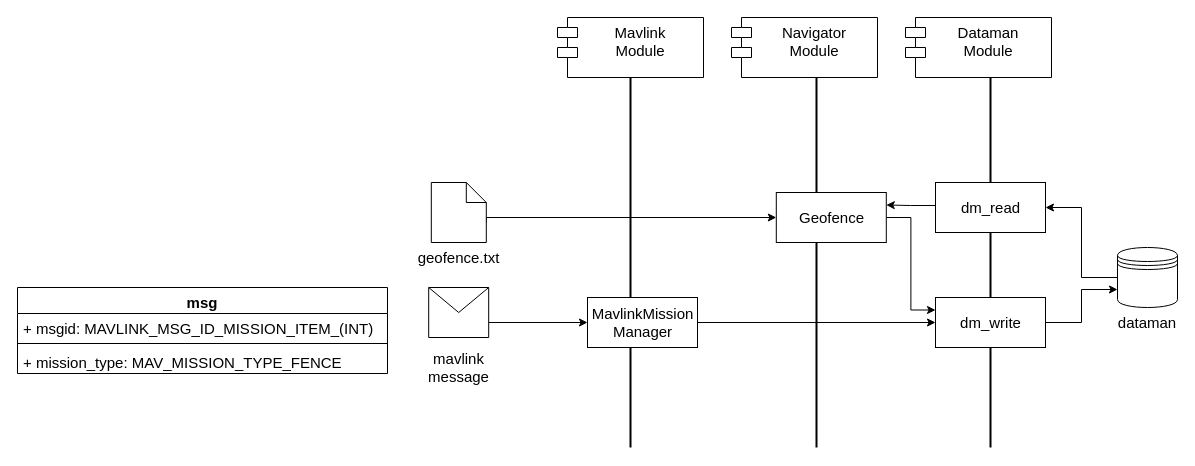
Before: page "rally" (2 of 3) of Untitled Diagram.drawio in sju0924/sju0924, a draw.io diagram. Source tidied: cells renumbered, new cells numbered last; positions are measured from the earlier drawing's top-left corner, leaving out a move shared by most shapes. Both pictures are drawn from the tidied source at 100%, with x=0, y=0 at pixel (17, 17).
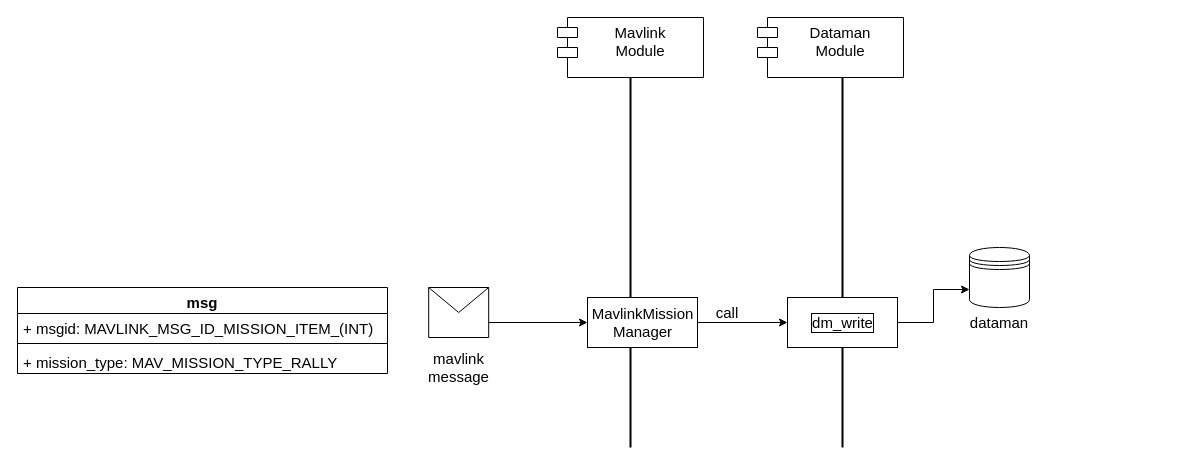
The same diagram, later.

The change refers to these unchanged cells:
```xml
<mxCell id="25" value="msg" style="swimlane;fontStyle=1;align=center;verticalAlign=top;horizontal=1;startSize=26;fontSize=15;" parent="1" vertex="1">
  <mxGeometry y="270" width="370" height="86" as="geometry" />
</mxCell>
```

What changed in the source:
```diff
@@
-    <mxCell id="5" value="geofence.txt" style="text;html=1;align=center;verticalAlign=middle;strokeColor=none;fillColor=none;fontSize=15;" parent="1" vertex="1">
-      <mxGeometry x="386.2" y="225" width="110" height="30" as="geometry" />
-    </mxCell>
@@
-    <mxCell id="7" value="Navigator&#10;Module" style="shape=module;align=left;spacingLeft=20;align=center;verticalAlign=top;fontSize=15;" parent="1" vertex="1">
-      <mxGeometry x="714" width="146" height="60" as="geometry" />
-    </mxCell>
@@
-    <mxCell id="9" style="line;strokeWidth=2;direction=south;html=1;fontSize=15;" parent="1" vertex="1">
-      <mxGeometry x="794" y="60" width="10" height="370" as="geometry" />
-    </mxCell>
-    <mxCell id="10" style="edgeStyle=orthogonalEdgeStyle;rounded=0;jettySize=auto;html=1;exitX=0;exitY=0.5;exitDx=0;exitDy=0;entryX=1;entryY=0.5;entryDx=0;entryDy=0;fontSize=15;" parent="1" edge="1" source="11" target="24">
-      <mxGeometry relative="1" as="geometry" />
-    </mxCell>
-    <mxCell id="11" style="shape=datastore;whiteSpace=wrap;html=1;fontSize=15;" parent="1" vertex="1">
-      <mxGeometry x="1100" y="230" width="60" height="60" as="geometry" />
-    </mxCell>
-    <mxCell id="12" style="edgeStyle=orthogonalEdgeStyle;rounded=0;jettySize=auto;html=1;exitX=0;exitY=0;exitDx=55;exitDy=40;exitPerimeter=0;entryX=0;entryY=0.5;entryDx=0;entryDy=0;fontSize=15;" parent="1" edge="1" source="13" target="18">
-      <mxGeometry relative="1" as="geometry">
-        <Array as="points">
-          <mxPoint x="468.8" y="200" />
-        </Array>
-      </mxGeometry>
-    </mxCell>
-    <mxCell id="13" style="shape=note;size=20;whiteSpace=wrap;html=1;fontSize=15;" parent="1" vertex="1">
-      <mxGeometry x="413.8" y="165" width="55" height="60" as="geometry" />
-    </mxCell>
+    <mxCell id="29" style="shape=datastore;whiteSpace=wrap;html=1;fontSize=15;" parent="1" vertex="1">
+      <mxGeometry x="952" y="230" width="60" height="60" as="geometry" />
+    </mxCell>
     <mxCell id="14" value="dataman" style="text;html=1;strokeColor=none;fillColor=none;align=center;verticalAlign=middle;whiteSpace=wrap;rounded=0;fontSize=15;" parent="1" vertex="1">
-      <mxGeometry x="1100" y="290" width="60" height="30" as="geometry" />
+      <mxGeometry x="952" y="290" width="60" height="30" as="geometry" />
     </mxCell>
@@
-    <mxCell id="17" style="edgeStyle=orthogonalEdgeStyle;rounded=0;jettySize=auto;html=1;exitX=1;exitY=0.5;exitDx=0;exitDy=0;entryX=0;entryY=0.25;entryDx=0;entryDy=0;fontSize=15;" parent="1" edge="1" source="18" target="22">
-      <mxGeometry relative="1" as="geometry" />
-    </mxCell>
-    <mxCell id="18" value="Geofence" style="html=1;fontSize=15;" parent="1" vertex="1">
-      <mxGeometry x="758.8" y="175" width="110" height="50" as="geometry" />
-    </mxCell>
     <mxCell id="19" value="Dataman&#10;Module" style="shape=module;align=left;spacingLeft=20;align=center;verticalAlign=top;fontSize=15;" parent="1" vertex="1">
-      <mxGeometry x="888" width="146" height="60" as="geometry" />
+      <mxGeometry x="740" width="146" height="60" as="geometry" />
     </mxCell>
-    <mxCell id="20" style="line;strokeWidth=2;direction=south;html=1;fontSize=15;" parent="1" vertex="1">
-      <mxGeometry x="968" y="60" width="10" height="370" as="geometry" />
-    </mxCell>
-    <mxCell id="21" style="edgeStyle=orthogonalEdgeStyle;rounded=0;jettySize=auto;html=1;exitX=1;exitY=0.5;exitDx=0;exitDy=0;entryX=0;entryY=0.7;entryDx=0;entryDy=0;fontSize=15;" parent="1" edge="1" source="22" target="11">
-      <mxGeometry relative="1" as="geometry" />
-    </mxCell>
+    <mxCell id="30" style="line;strokeWidth=2;direction=south;html=1;fontSize=15;" parent="1" vertex="1">
+      <mxGeometry x="820" y="60" width="10" height="370" as="geometry" />
+    </mxCell>
+    <mxCell id="31" style="edgeStyle=orthogonalEdgeStyle;rounded=0;jettySize=auto;html=1;exitX=1;exitY=0.5;exitDx=0;exitDy=0;entryX=0;entryY=0.7;entryDx=0;entryDy=0;fontSize=15;" parent="1" edge="1" source="22" target="29">
+      <mxGeometry relative="1" as="geometry" />
+    </mxCell>
-    <mxCell id="22" value="dm_write" style="html=1;fontSize=15;" parent="1" vertex="1">
-      <mxGeometry x="918" y="280" width="110" height="50" as="geometry" />
+    <mxCell id="22" value="dm_write" style="html=1;fontSize=15;labelBorderColor=default;" parent="1" vertex="1">
+      <mxGeometry x="770" y="280" width="110" height="50" as="geometry" />
     </mxCell>
-    <mxCell id="23" style="edgeStyle=orthogonalEdgeStyle;rounded=0;jettySize=auto;html=1;exitX=0;exitY=0.5;exitDx=0;exitDy=0;entryX=1;entryY=0.25;entryDx=0;entryDy=0;fontSize=15;" parent="1" edge="1" source="24" target="18">
-      <mxGeometry relative="1" as="geometry">
-        <Array as="points">
-          <mxPoint x="918" y="188" />
-          <mxPoint x="893" y="188" />
-        </Array>
-      </mxGeometry>
-    </mxCell>
-    <mxCell id="24" value="dm_read" style="html=1;fontSize=15;" parent="1" vertex="1">
-      <mxGeometry x="918" y="165" width="110" height="50" as="geometry" />
-    </mxCell>
@@
-    <mxCell id="28" value="+ mission_type: MAV_MISSION_TYPE_FENCE" style="text;strokeColor=none;fillColor=none;align=left;verticalAlign=top;spacingLeft=4;spacingRight=4;overflow=hidden;fontSize=15;" parent="25" vertex="1">
-      <mxGeometry y="60" width="370" height="26" as="geometry" />
-    </mxCell>
+    <mxCell id="32" value="+ mission_type: MAV_MISSION_TYPE_RALLY" style="text;strokeColor=none;fillColor=none;align=left;verticalAlign=top;spacingLeft=4;spacingRight=4;overflow=hidden;fontSize=15;" parent="25" vertex="1">
+      <mxGeometry y="60" width="370" height="26" as="geometry" />
+    </mxCell>
+    <mxCell id="33" value="call" style="text;html=1;strokeColor=none;fillColor=none;align=center;verticalAlign=middle;whiteSpace=wrap;rounded=0;fontSize=15;" parent="1" vertex="1">
+      <mxGeometry x="680" y="280" width="60" height="30" as="geometry" />
+    </mxCell>
```
